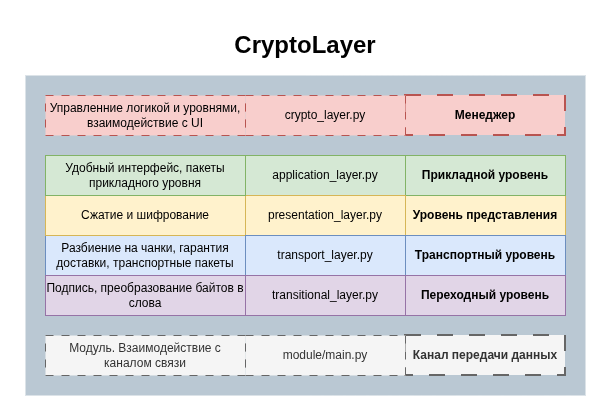
Before: docs/diagrams/arch-RU.png, a diagram exported from draw.io (igmunv/cryptolayer-base). Source tidied: cells renumbered, new cells last; positions are measured from the earlier drawing's top-left corner, leaving out a move shared by most shapes.
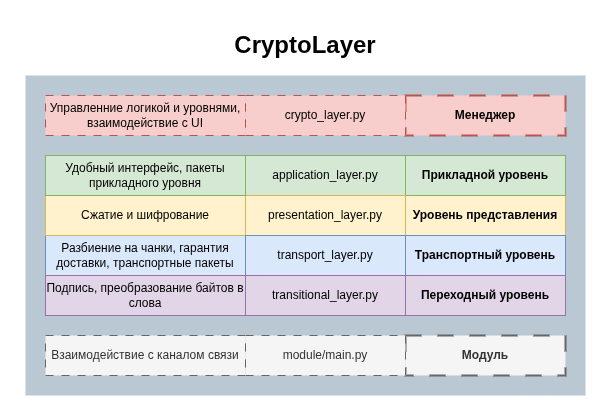
The same file after the commit.

Commit message:
docs: change arch diagram

Diff of the diagram source:
```diff
@@ -5,7 +5,7 @@
     <mxCell id="2" style="rounded=0;whiteSpace=wrap;html=1;fillColor=#bac8d3;strokeColor=none;" parent="1" vertex="1">
       <mxGeometry y="50" width="560" height="320" as="geometry" />
     </mxCell>
-    <mxCell id="3" value="Канал передачи данных" style="rounded=0;whiteSpace=wrap;html=1;align=center;fillColor=#f5f5f5;fontColor=#333333;strokeColor=#666666;strokeWidth=2;dashed=1;dashPattern=8 8;fontStyle=1;" parent="1" vertex="1">
+    <mxCell id="3" value="Модуль" style="rounded=0;whiteSpace=wrap;html=1;align=center;fillColor=#f5f5f5;fontColor=#333333;strokeColor=#666666;strokeWidth=2;dashed=1;dashPattern=8 8;fontStyle=1;" parent="1" vertex="1">
       <mxGeometry x="380" y="310" width="160" height="40" as="geometry" />
     </mxCell>
     <mxCell id="4" value="Уровень представления" style="rounded=0;whiteSpace=wrap;html=1;align=center;fillColor=#fff2cc;strokeColor=#d6b656;strokeWidth=1;fontStyle=1;" parent="1" vertex="1">
@@ -29,7 +29,7 @@
     <mxCell id="10" value="Разбиение на чанки, гарантия доставки, транспортные пакеты" style="rounded=0;whiteSpace=wrap;html=1;fillColor=#dae8fc;strokeColor=#6c8ebf;strokeWidth=1;" parent="1" vertex="1">
       <mxGeometry x="20" y="210" width="200" height="40" as="geometry" />
     </mxCell>
-    <mxCell id="11" value="Модуль. Взаимодействие с каналом связи" style="rounded=0;whiteSpace=wrap;html=1;fillColor=#f5f5f5;strokeColor=#666666;fontColor=#333333;dashed=1;dashPattern=8 8;" parent="1" vertex="1">
+    <mxCell id="11" value="Взаимодействие с каналом связи" style="rounded=0;whiteSpace=wrap;html=1;fillColor=#f5f5f5;strokeColor=#666666;fontColor=#333333;dashed=1;dashPattern=8 8;" parent="1" vertex="1">
       <mxGeometry x="20" y="310" width="200" height="40" as="geometry" />
     </mxCell>
     <mxCell id="12" value="Сжатие и шифрование" style="rounded=0;whiteSpace=wrap;html=1;fillColor=#fff2cc;strokeColor=#d6b656;strokeWidth=1;" parent="1" vertex="1">
```
